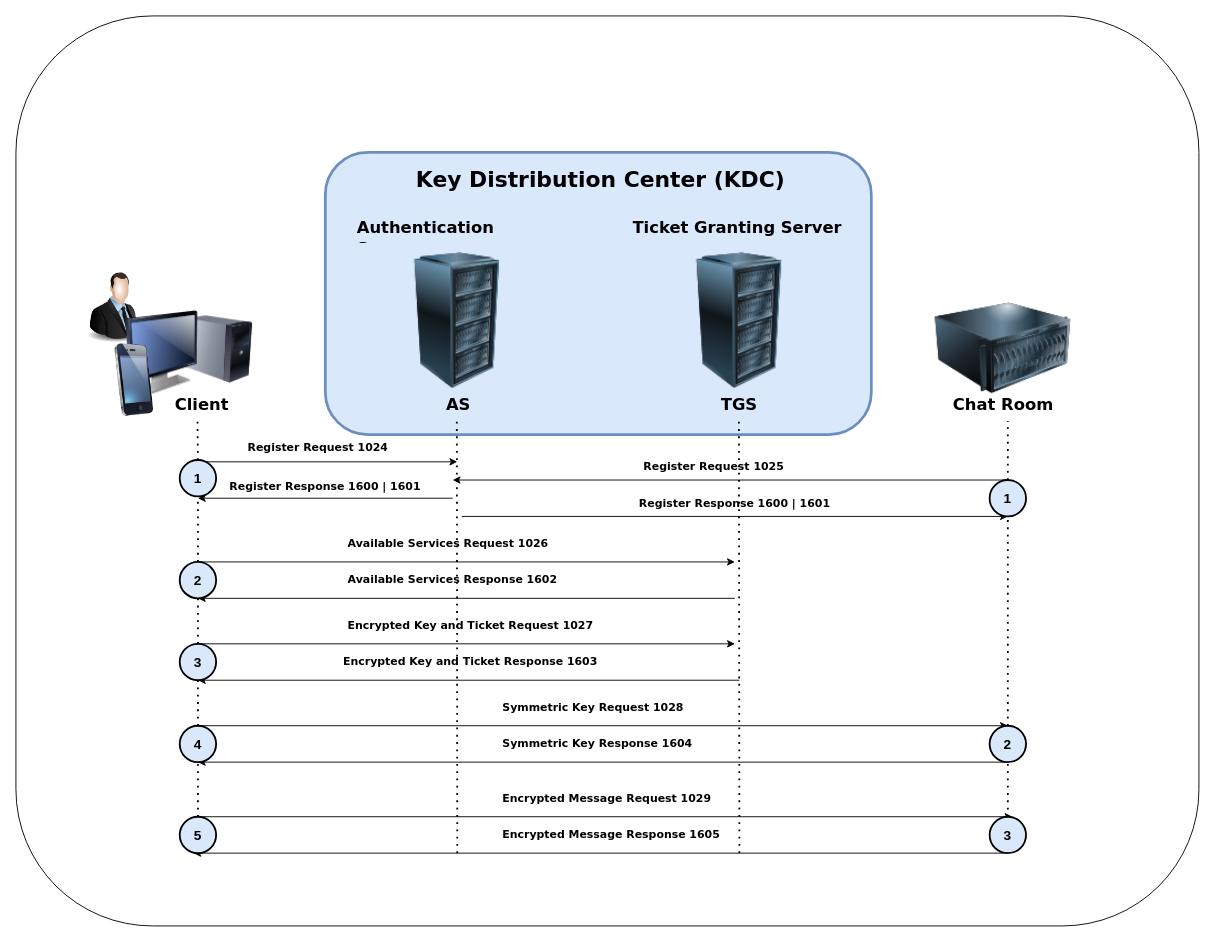
This is Images/kerberos_communication_architecture.drawio from Blizmofa/KerberosChatRooms, a draw.io file, before an edit. Source tidied: cells renumbered, new cells numbered last; positions are measured from the earlier drawing's top-left corner, leaving out a move shared by most shapes. Both pictures are drawn from the tidied source at 91%, with x=0, y=0 at pixel (15, 15).
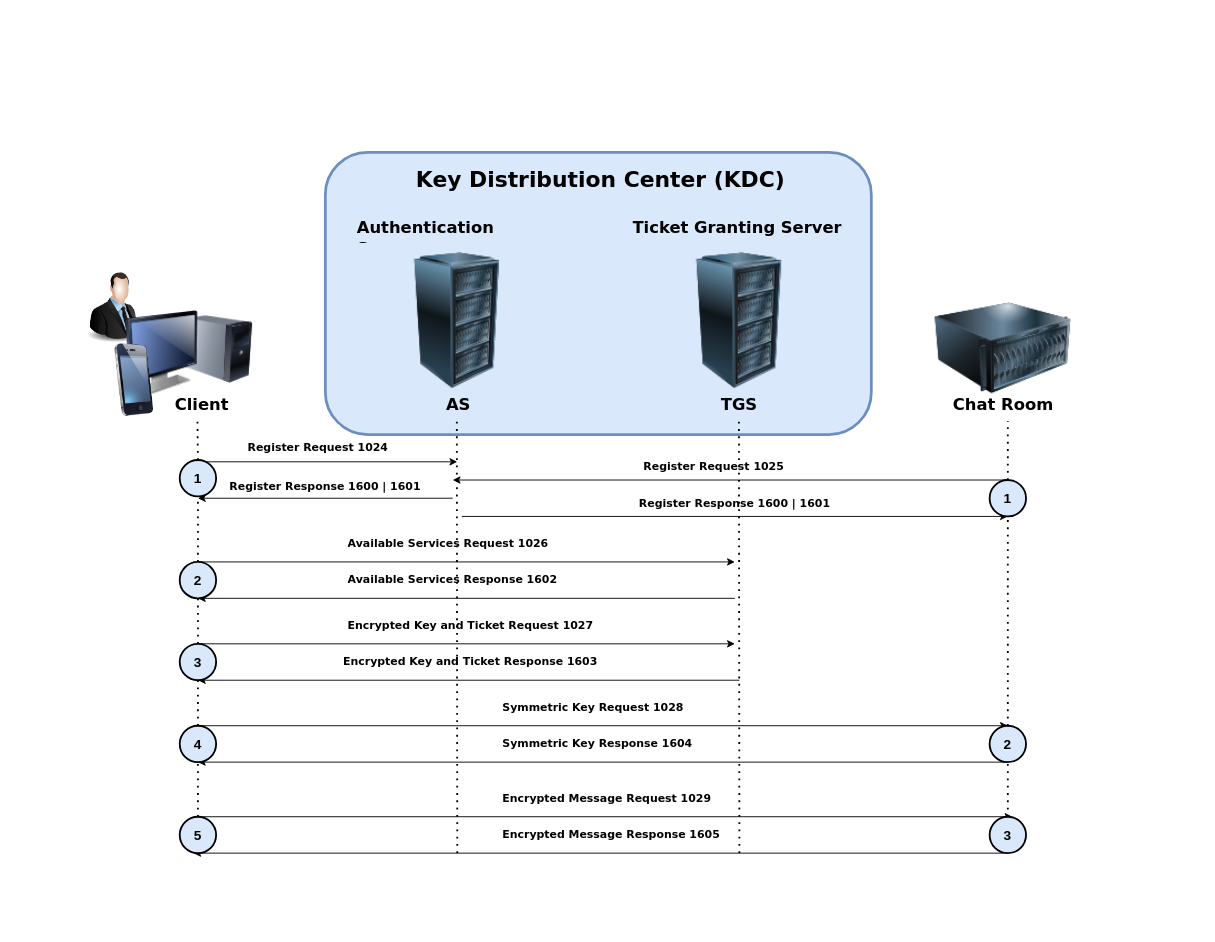
The same diagram, later.

What changed in the source:
```diff
@@
-    <mxCell id="2" style="rounded=1;whiteSpace=wrap;html=1;" parent="1" vertex="1">
-      <mxGeometry width="1300" height="1000" as="geometry" />
-    </mxCell>
```
